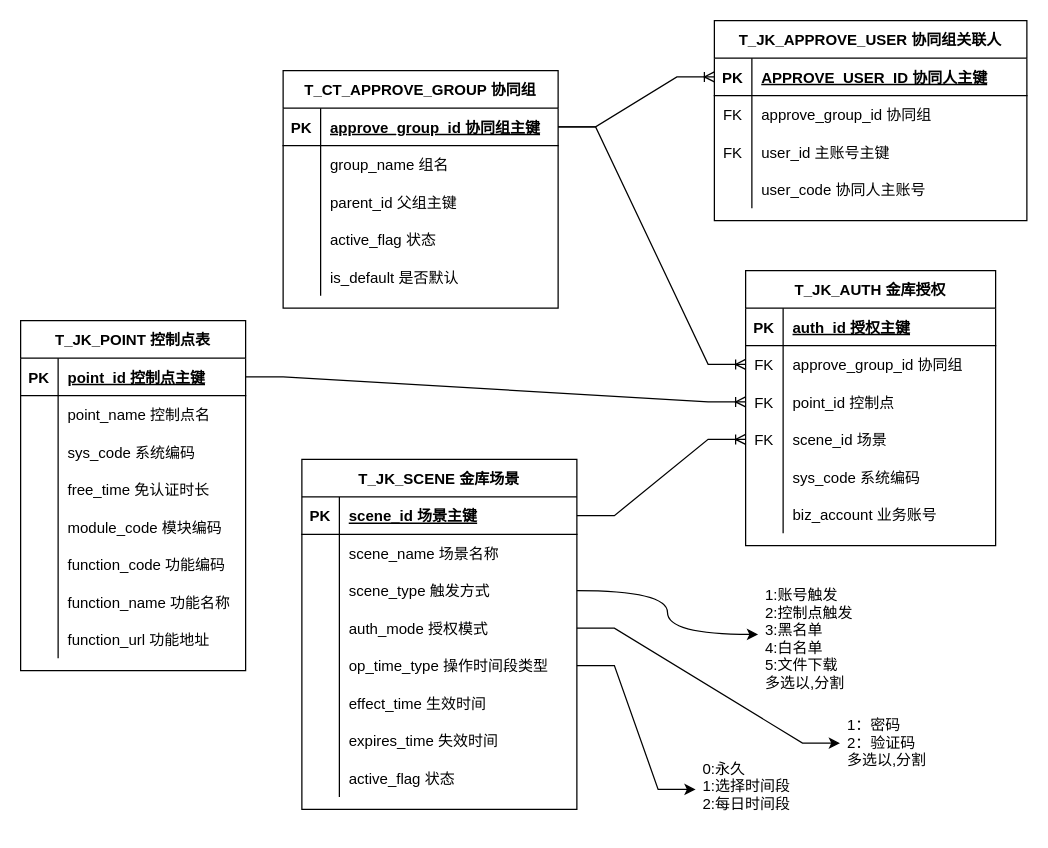
This is page "金库表结构" (3 of 3) of 二期db设计.drawio from 158698706/qhdx, a draw.io file, before an edit. Source tidied: cells renumbered, new cells numbered last; positions are measured from the earlier drawing's top-left corner, leaving out a move shared by most shapes. Both pictures are drawn from the tidied source at 125%, with x=0, y=0 at pixel (20, 20).
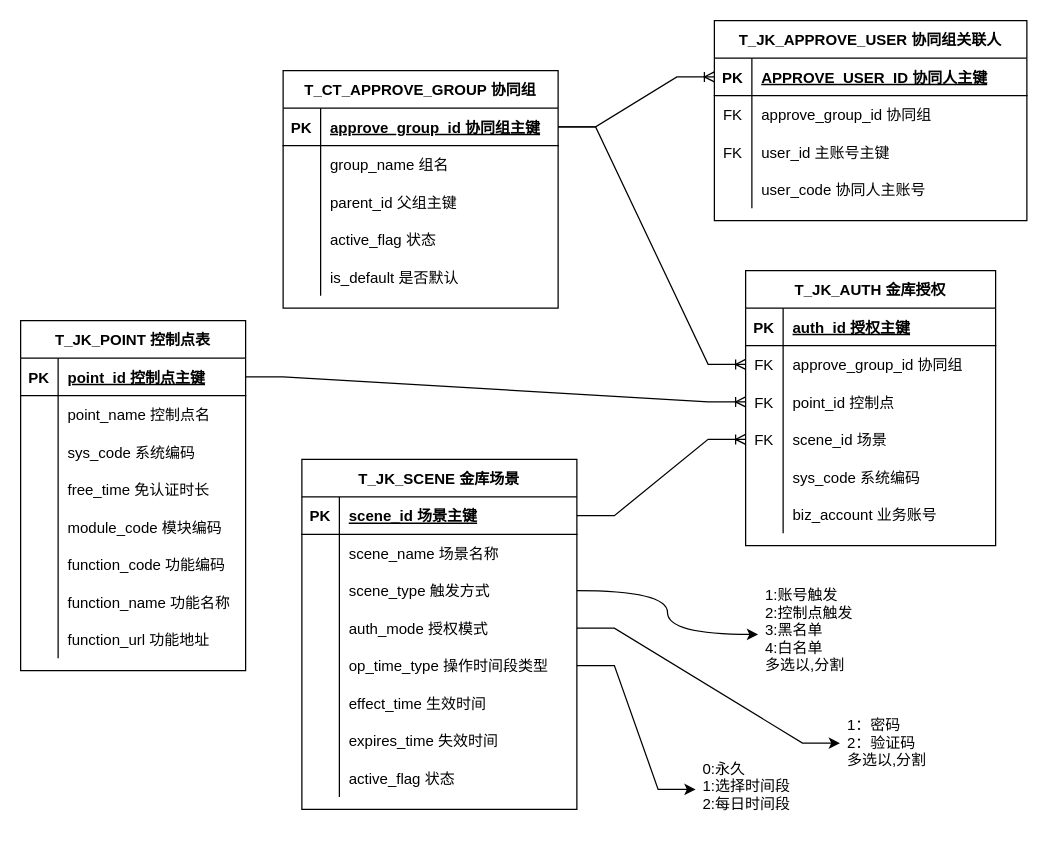
Above is the later version.

What changed in the source:
```diff
@@
-    <mxCell id="28" value="1:账号触发&#10;2:控制点触发&#10;3:黑名单 &#10;4:白名单 &#10;5:文件下载&#10;多选以,分割" style="text;strokeColor=none;fillColor=none;spacingLeft=4;spacingRight=4;overflow=hidden;points=[[0,0.5],[1,0.5]];portConstraint=eastwest;fontSize=12;" parent="1" vertex="1">
+    <mxCell id="28" value="1:账号触发&#10;2:控制点触发&#10;3:黑名单 &#10;4:白名单 &#10;多选以,分割" style="text;strokeColor=none;fillColor=none;spacingLeft=4;spacingRight=4;overflow=hidden;points=[[0,0.5],[1,0.5]];portConstraint=eastwest;fontSize=12;" parent="1" vertex="1">
       <mxGeometry x="590" y="446" width="96" height="90" as="geometry" />
     </mxCell>
```
